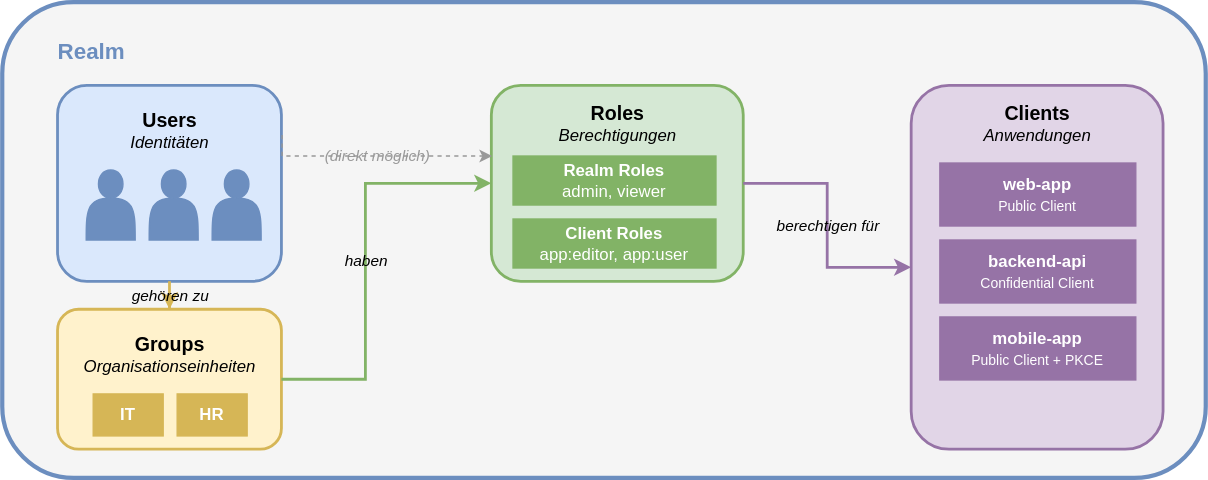
it-erben/training-keycloak keeps this draw.io diagram as slides/04-clients-benutzerverwaltung/images/realm_components.drawio.svg. Above is the earlier version. Source tidied: cells renumbered, new cells last; positions are measured from the earlier drawing's top-left corner, leaving out a move shared by most shapes.
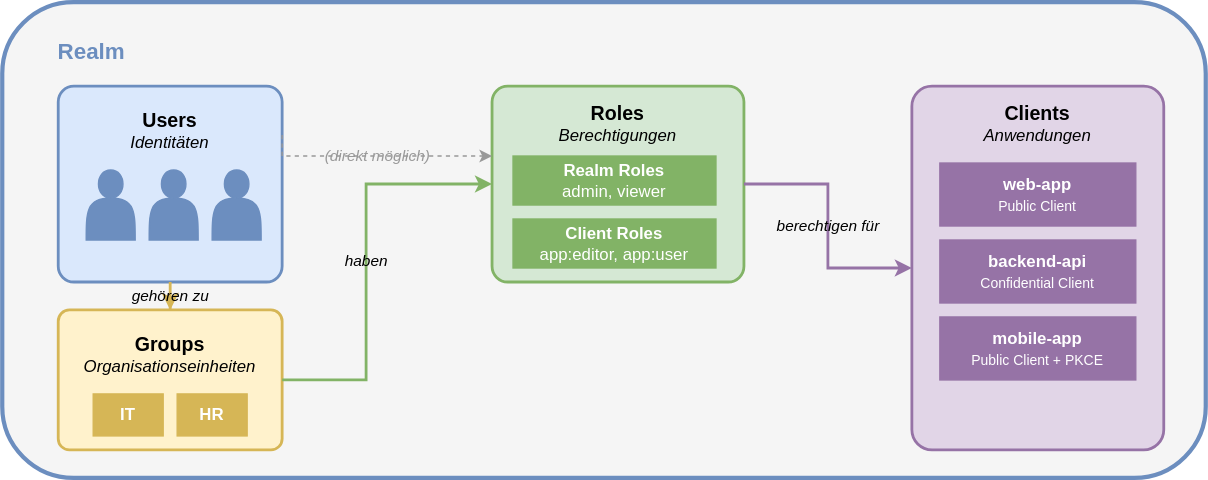
Later version of the same file.

The edit, as a diff of the source:
```diff
@@ -8,7 +8,7 @@
     <mxCell id="3" value="&lt;b style=&quot;font-size:16px;color:#6c8ebf&quot;&gt;Realm&lt;/b&gt;" style="text;html=1;strokeColor=none;fillColor=none;align=left;verticalAlign=middle;whiteSpace=wrap;rounded=0;" parent="1" vertex="1">
       <mxGeometry x="37.5" y="20" width="80" height="30" as="geometry" />
     </mxCell>
-    <mxCell id="4" value="&lt;b style=&quot;font-size:14px&quot;&gt;Users&lt;/b&gt;&lt;br&gt;&lt;i&gt;Identitäten&lt;/i&gt;" style="rounded=1;whiteSpace=wrap;html=1;fillColor=#dae8fc;strokeColor=#6c8ebf;strokeWidth=2;verticalAlign=top;spacingTop=10;" parent="1" vertex="1">
+    <mxCell id="4" value="&lt;b style=&quot;font-size:14px&quot;&gt;Users&lt;/b&gt;&lt;br&gt;&lt;i&gt;Identitäten&lt;/i&gt;" style="rounded=1;whiteSpace=wrap;html=1;fillColor=#dae8fc;strokeColor=#6c8ebf;strokeWidth=2;verticalAlign=top;spacingTop=10;arcSize=8;" parent="1" vertex="1">
       <mxGeometry x="40" y="60" width="160" height="140" as="geometry" />
     </mxCell>
     <mxCell id="5" style="shape=actor;whiteSpace=wrap;html=1;fillColor=#6c8ebf;strokeColor=#6c8ebf;" parent="1" vertex="1">
@@ -20,7 +20,7 @@
     <mxCell id="7" style="shape=actor;whiteSpace=wrap;html=1;fillColor=#6c8ebf;strokeColor=#6c8ebf;" parent="1" vertex="1">
       <mxGeometry x="150" y="120" width="35" height="50" as="geometry" />
     </mxCell>
-    <mxCell id="8" value="&lt;b style=&quot;font-size:14px&quot;&gt;Groups&lt;/b&gt;&lt;br&gt;&lt;i&gt;Organisationseinheiten&lt;/i&gt;" style="rounded=1;whiteSpace=wrap;html=1;fillColor=#fff2cc;strokeColor=#d6b656;strokeWidth=2;verticalAlign=top;spacingTop=10;" parent="1" vertex="1">
+    <mxCell id="8" value="&lt;b style=&quot;font-size:14px&quot;&gt;Groups&lt;/b&gt;&lt;br&gt;&lt;i&gt;Organisationseinheiten&lt;/i&gt;" style="rounded=1;whiteSpace=wrap;html=1;fillColor=#fff2cc;strokeColor=#d6b656;strokeWidth=2;verticalAlign=top;spacingTop=10;arcSize=8;" parent="1" vertex="1">
       <mxGeometry x="40" y="220" width="160" height="100" as="geometry" />
     </mxCell>
     <mxCell id="9" value="IT" style="rounded=0;whiteSpace=wrap;html=1;fillColor=#d6b656;strokeColor=#d6b656;fontColor=#ffffff;fontStyle=1;" parent="1" vertex="1">
@@ -29,7 +29,7 @@
     <mxCell id="10" value="HR" style="rounded=0;whiteSpace=wrap;html=1;fillColor=#d6b656;strokeColor=#d6b656;fontColor=#ffffff;fontStyle=1;" parent="1" vertex="1">
       <mxGeometry x="125" y="280" width="50" height="30" as="geometry" />
     </mxCell>
-    <mxCell id="11" value="&lt;b style=&quot;font-size:14px&quot;&gt;Roles&lt;/b&gt;&lt;br&gt;&lt;i&gt;Berechtigungen&lt;/i&gt;" style="rounded=1;whiteSpace=wrap;html=1;fillColor=#d5e8d4;strokeColor=#82b366;strokeWidth=2;verticalAlign=top;spacingTop=5;" parent="1" vertex="1">
+    <mxCell id="11" value="&lt;b style=&quot;font-size:14px&quot;&gt;Roles&lt;/b&gt;&lt;br&gt;&lt;i&gt;Berechtigungen&lt;/i&gt;" style="rounded=1;whiteSpace=wrap;html=1;fillColor=#d5e8d4;strokeColor=#82b366;strokeWidth=2;verticalAlign=top;spacingTop=5;arcSize=8;" parent="1" vertex="1">
       <mxGeometry x="350" y="60" width="180" height="140" as="geometry" />
     </mxCell>
     <mxCell id="12" value="&lt;b&gt;Realm Roles&lt;/b&gt;&lt;br&gt;admin, viewer" style="rounded=0;whiteSpace=wrap;html=1;fillColor=#82b366;strokeColor=#82b366;fontColor=#ffffff;align=center;" parent="1" vertex="1">
@@ -38,7 +38,7 @@
     <mxCell id="13" value="&lt;b&gt;Client Roles&lt;/b&gt;&lt;br&gt;app:editor, app:user" style="rounded=0;whiteSpace=wrap;html=1;fillColor=#82b366;strokeColor=#82b366;fontColor=#ffffff;align=center;" parent="1" vertex="1">
       <mxGeometry x="365" y="155" width="145" height="35" as="geometry" />
     </mxCell>
-    <mxCell id="14" value="&lt;b style=&quot;font-size:14px&quot;&gt;Clients&lt;/b&gt;&lt;br&gt;&lt;i&gt;Anwendungen&lt;/i&gt;" style="rounded=1;whiteSpace=wrap;html=1;fillColor=#e1d5e7;strokeColor=#9673a6;strokeWidth=2;verticalAlign=top;spacingTop=5;" parent="1" vertex="1">
+    <mxCell id="14" value="&lt;b style=&quot;font-size:14px&quot;&gt;Clients&lt;/b&gt;&lt;br&gt;&lt;i&gt;Anwendungen&lt;/i&gt;" style="rounded=1;whiteSpace=wrap;html=1;fillColor=#e1d5e7;strokeColor=#9673a6;strokeWidth=2;verticalAlign=top;spacingTop=5;arcSize=8;" parent="1" vertex="1">
       <mxGeometry x="650" y="60" width="180" height="260" as="geometry" />
     </mxCell>
     <mxCell id="15" value="&lt;b&gt;web-app&lt;/b&gt;&lt;br&gt;&lt;font style=&quot;font-size:10px&quot;&gt;Public Client&lt;/font&gt;" style="rounded=0;whiteSpace=wrap;html=1;fillColor=#9673a6;strokeColor=#9673a6;fontColor=#ffffff;" parent="1" vertex="1">
```
